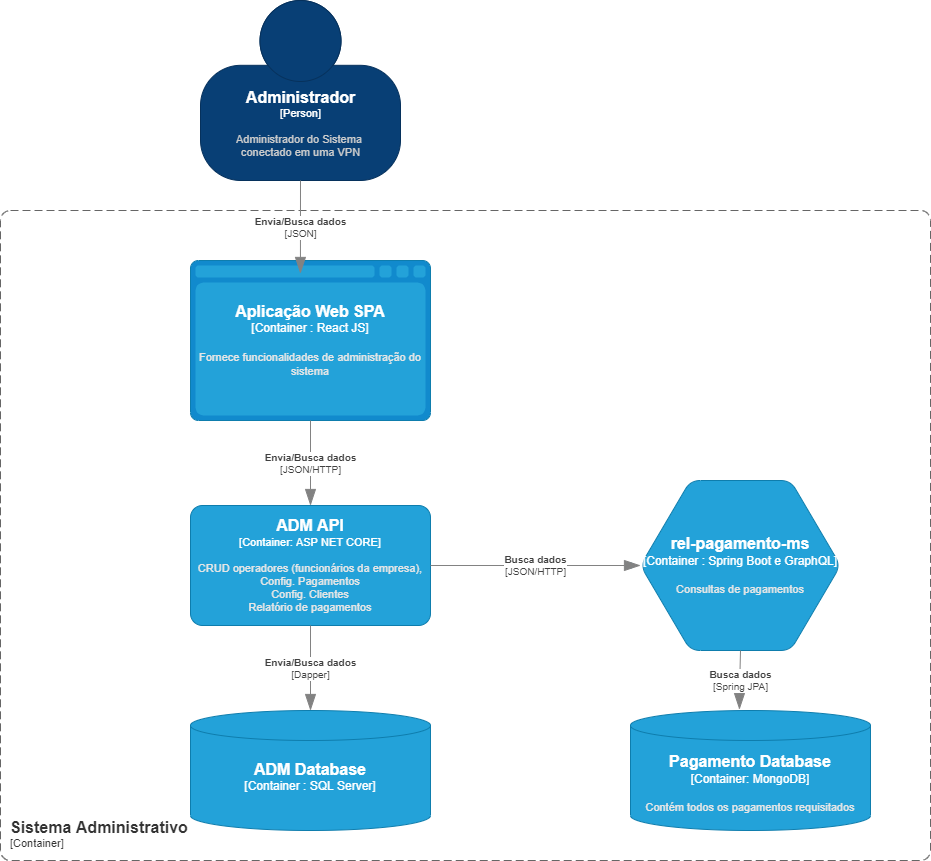
Before: Container_Administrador.drawio.png, a diagram exported from draw.io (felipesalvadordev/payment-system-architecture-C4). Source tidied: cells renumbered, new cells last; positions are measured from the earlier drawing's top-left corner, leaving out a move shared by most shapes. Source of this version:
```xml
<mxGraphModel>
  <root>
    <mxCell id="0" />
    <mxCell id="1" parent="0" />
    <object id="2" label="&lt;font style=&quot;font-size: 16px&quot;&gt;&lt;b&gt;%c4Name%&lt;/b&gt;&lt;/font&gt;&lt;div&gt;[%c4Type%]&lt;/div&gt;&lt;br&gt;&lt;div&gt;&lt;font style=&quot;font-size: 11px&quot;&gt;&lt;font color=&quot;#cccccc&quot;&gt;%c4Description%&lt;/font&gt;&lt;/div&gt;" c4Description="Administrador do Sistema &#10;conectado em uma VPN" c4Name="Administrador" c4Type="Person" placeholders="1">
      <mxCell style="html=1;fontSize=11;dashed=0;whitespace=wrap;fillColor=#083F75;strokeColor=#06315C;fontColor=#ffffff;shape=mxgraph.c4.person2;align=center;points=[[0.5,0,0],[1,0.5,0],[1,0.75,0],[0.75,1,0],[0.5,1,0],[0.25,1,0],[0,0.75,0],[0,0.5,0]];" parent="1" vertex="1">
        <mxGeometry x="200" width="200" height="180" as="geometry" />
      </mxCell>
    </object>
    <object id="3" label="&lt;font style=&quot;font-size: 16px&quot;&gt;&lt;b&gt;%c4Type%&lt;/font&gt;&lt;div&gt;[%c4Container%:&amp;nbsp;%c4Technology%]&lt;/div&gt;&lt;br&gt;&lt;div&gt;&lt;font style=&quot;font-size: 11px&quot;&gt;&lt;font color=&quot;#E6E6E6&quot;&gt;%c4Description%&lt;/font&gt;&lt;/div&gt;" c4Container="Container " c4Description="Fornece funcionalidades de administração do sistema" c4Technology="React JS" c4Type="Aplicação Web SPA" placeholders="1">
      <mxCell style="shape=mxgraph.c4.webBrowserContainer;whiteSpace=wrap;html=1;boundedLbl=1;rounded=0;labelBackgroundColor=none;fillColor=#118ACD;fontSize=12;fontColor=#ffffff;align=center;strokeColor=#0E7DAD;points=[[0.5,0,0],[1,0.25,0],[1,0.5,0],[1,0.75,0],[0.5,1,0],[0,0.75,0],[0,0.5,0],[0,0.25,0]];" parent="1" vertex="1">
        <mxGeometry x="190" y="260" width="240" height="160" as="geometry" />
      </mxCell>
    </object>
    <object id="4" label="&lt;font style=&quot;font-size: 16px&quot;&gt;&lt;b&gt;%c4Type%&lt;/font&gt;&lt;div&gt;[%c4Container%:&amp;nbsp;%c4Technology%]&lt;/div&gt;&lt;br&gt;&lt;div&gt;&lt;font style=&quot;font-size: 11px&quot;&gt;&lt;font color=&quot;#E6E6E6&quot;&gt;%c4Description%&lt;/font&gt;&lt;/div&gt;" c4Container="Container " c4Description="" c4Technology="SQL Server" c4Type="ADM Database" placeholders="1">
      <mxCell style="shape=cylinder3;size=15;whiteSpace=wrap;html=1;boundedLbl=1;rounded=0;labelBackgroundColor=none;fillColor=#23A2D9;fontSize=12;fontColor=#ffffff;align=center;strokeColor=#0E7DAD;points=[[0.5,0,0],[1,0.25,0],[1,0.5,0],[1,0.75,0],[0.5,1,0],[0,0.75,0],[0,0.5,0],[0,0.25,0]];" parent="1" vertex="1">
        <mxGeometry x="190" y="710" width="240" height="120" as="geometry" />
      </mxCell>
    </object>
    <object id="5" label="&lt;font style=&quot;font-size: 16px&quot;&gt;&lt;b&gt;%c4Type%&lt;/font&gt;&lt;div&gt;[%c4Container%:&amp;nbsp;%c4Technology%]&lt;/div&gt;&lt;br&gt;&lt;div&gt;&lt;font style=&quot;font-size: 11px&quot;&gt;&lt;font color=&quot;#E6E6E6&quot;&gt;%c4Description%&lt;/font&gt;&lt;/div&gt;" c4Container="Container" c4Description="Contém todos os pagamentos requisitados" c4Technology="MongoDB" c4Type="Pagamento Database" placeholders="1">
      <mxCell style="shape=cylinder3;size=15;whiteSpace=wrap;html=1;boundedLbl=1;rounded=0;labelBackgroundColor=none;fillColor=#23A2D9;fontSize=12;fontColor=#ffffff;align=center;strokeColor=#0E7DAD;points=[[0.5,0,0],[1,0.25,0],[1,0.5,0],[1,0.75,0],[0.5,1,0],[0,0.75,0],[0,0.5,0],[0,0.25,0]];" parent="1" vertex="1">
        <mxGeometry x="630" y="710" width="240" height="120" as="geometry" />
      </mxCell>
    </object>
    <object id="6" label="&lt;font style=&quot;font-size: 16px&quot;&gt;&lt;b&gt;&lt;div style=&quot;text-align: left&quot;&gt;%c4Name%&lt;/div&gt;&lt;/b&gt;&lt;/font&gt;&lt;div style=&quot;text-align: left&quot;&gt;[%c4Application%]&lt;/div&gt;" c4Application="Container" c4Name="Sistema Administrativo" c4Type="SystemScopeBoundary" placeholders="1">
      <mxCell style="rounded=1;fontSize=11;whiteSpace=wrap;html=1;dashed=1;arcSize=20;fillColor=none;strokeColor=#666666;fontColor=#333333;labelBackgroundColor=none;align=left;verticalAlign=bottom;labelBorderColor=none;spacingTop=0;spacing=10;dashPattern=8 4;perimeter=rectanglePerimeter;noLabel=0;labelPadding=0;absoluteArcSize=1;" parent="1" vertex="1">
        <mxGeometry y="210" width="930" height="650" as="geometry" />
      </mxCell>
    </object>
    <object id="7" label="&lt;font style=&quot;font-size: 16px&quot;&gt;&lt;b&gt;%c4Type%&lt;/font&gt;&lt;div&gt;[%c4Container%:&amp;nbsp;%c4Technology%]&lt;/div&gt;&lt;br&gt;&lt;div&gt;&lt;font style=&quot;font-size: 11px&quot;&gt;&lt;font color=&quot;#E6E6E6&quot;&gt;%c4Description%&lt;/font&gt;&lt;/div&gt;" c4Container="Container " c4Description="Consultas de pagamentos" c4Technology="Spring Boot e GraphQL" c4Type="rel-pagamento-ms" placeholders="1">
      <mxCell style="shape=hexagon;size=50;perimeter=hexagonPerimeter2;whiteSpace=wrap;html=1;fixedSize=1;rounded=1;labelBackgroundColor=none;fillColor=#23A2D9;fontSize=12;fontColor=#ffffff;align=center;strokeColor=#0E7DAD;points=[[0.5,0,0],[1,0.25,0],[1,0.5,0],[1,0.75,0],[0.5,1,0],[0,0.75,0],[0,0.5,0],[0,0.25,0]];" parent="1" vertex="1">
        <mxGeometry x="640" y="480" width="200" height="170" as="geometry" />
      </mxCell>
    </object>
    <object id="8" label="&lt;font style=&quot;font-size: 16px&quot;&gt;&lt;b&gt;%c4Name%&lt;/b&gt;&lt;/font&gt;&lt;div&gt;[%c4Type%: %c4Technology%]&lt;/div&gt;&lt;br&gt;&lt;div&gt;&lt;font style=&quot;font-size: 11px&quot;&gt;&lt;font color=&quot;#E6E6E6&quot;&gt;%c4Description%&lt;/font&gt;&lt;/div&gt;" c4Description="CRUD operadores (funcionários da empresa),&#10;Config. Pagamentos&#10;Config. Clientes&#10;Relatório de pagamentos" c4Name="ADM API" c4Technology="ASP NET CORE" c4Type="Container" placeholders="1">
      <mxCell style="rounded=1;whiteSpace=wrap;html=1;fontSize=11;labelBackgroundColor=none;fillColor=#23A2D9;fontColor=#ffffff;align=center;arcSize=10;strokeColor=#0E7DAD;points=[[0.25,0,0],[0.5,0,0],[0.75,0,0],[1,0.25,0],[1,0.5,0],[1,0.75,0],[0.75,1,0],[0.5,1,0],[0.25,1,0],[0,0.75,0],[0,0.5,0],[0,0.25,0]];" parent="1" vertex="1">
        <mxGeometry x="190" y="505" width="240" height="120" as="geometry" />
      </mxCell>
    </object>
    <mxCell id="9" style="shape=waypoint;sketch=0;size=6;fillColor=#23A2D9;perimeter=centerPerimeter;fontSize=11;strokeColor=#0E7DAD;fontColor=#ffffff;rounded=1;labelBackgroundColor=none;arcSize=10;" parent="1" vertex="1">
      <mxGeometry x="610" y="545" width="40" height="40" as="geometry" />
    </mxCell>
    <object id="10" label="&lt;div style=&quot;text-align: left&quot;&gt;&lt;div style=&quot;text-align: center&quot;&gt;&lt;b&gt;%c4Description%&lt;/b&gt;&lt;/div&gt;&lt;div style=&quot;text-align: center&quot;&gt;[%c4Technology%]&lt;/div&gt;&lt;/div&gt;" c4Description="Busca dados" c4Technology="JSON/HTTP" c4Type="Relationship" placeholders="1">
      <mxCell style="endArrow=blockThin;html=1;fontSize=10;fontColor=#404040;strokeWidth=1;endFill=1;strokeColor=#828282;elbow=vertical;endSize=14;startSize=14;jumpStyle=arc;jumpSize=16;rounded=0;edgeStyle=orthogonalEdgeStyle;" parent="1" edge="1" source="8" target="7">
        <mxGeometry relative="1" as="geometry" />
      </mxCell>
    </object>
    <object id="11" label="&lt;div style=&quot;text-align: left&quot;&gt;&lt;div style=&quot;text-align: center&quot;&gt;&lt;b&gt;%c4Description%&lt;/b&gt;&lt;/div&gt;&lt;div style=&quot;text-align: center&quot;&gt;[%c4Technology%]&lt;/div&gt;&lt;/div&gt;" c4Description="Envia/Busca dados" c4Technology="Dapper" c4Type="Relationship" placeholders="1">
      <mxCell style="endArrow=blockThin;html=1;fontSize=10;fontColor=#404040;strokeWidth=1;endFill=1;strokeColor=#828282;elbow=vertical;endSize=14;startSize=14;jumpStyle=arc;jumpSize=16;rounded=0;edgeStyle=orthogonalEdgeStyle;" parent="1" edge="1" source="8" target="4">
        <mxGeometry relative="1" as="geometry" />
      </mxCell>
    </object>
    <object id="12" label="&lt;div style=&quot;text-align: left&quot;&gt;&lt;div style=&quot;text-align: center&quot;&gt;&lt;b&gt;%c4Description%&lt;/b&gt;&lt;/div&gt;&lt;div style=&quot;text-align: center&quot;&gt;[%c4Technology%]&lt;/div&gt;&lt;/div&gt;" c4Description="Envia/Busca dados" c4Technology="JSON/HTTP" c4Type="Relationship" placeholders="1">
      <mxCell style="endArrow=blockThin;html=1;fontSize=10;fontColor=#404040;strokeWidth=1;endFill=1;strokeColor=#828282;elbow=vertical;endSize=14;startSize=14;jumpStyle=arc;jumpSize=16;rounded=0;edgeStyle=orthogonalEdgeStyle;entryX=0.5;entryY=0;entryDx=0;entryDy=0;entryPerimeter=0;" parent="1" edge="1" target="8">
        <mxGeometry relative="1" as="geometry">
          <mxPoint x="310" y="420" as="sourcePoint" />
        </mxGeometry>
      </mxCell>
    </object>
    <object id="13" label="&lt;div style=&quot;text-align: left&quot;&gt;&lt;div style=&quot;text-align: center&quot;&gt;&lt;b&gt;%c4Description%&lt;/b&gt;&lt;/div&gt;&lt;div style=&quot;text-align: center&quot;&gt;[%c4Technology%]&lt;/div&gt;&lt;/div&gt;" c4Description="Envia/Busca dados" c4Technology="JSON" c4Type="Relationship" placeholders="1">
      <mxCell style="endArrow=blockThin;html=1;fontSize=10;fontColor=#404040;strokeWidth=1;endFill=1;strokeColor=#828282;elbow=vertical;endSize=14;startSize=14;jumpStyle=arc;jumpSize=16;rounded=0;edgeStyle=orthogonalEdgeStyle;entryX=0.458;entryY=0.081;entryDx=0;entryDy=0;entryPerimeter=0;" parent="1" edge="1" source="2" target="3">
        <mxGeometry relative="1" as="geometry" />
      </mxCell>
    </object>
    <object id="14" label="&lt;div style=&quot;text-align: left&quot;&gt;&lt;div style=&quot;text-align: center&quot;&gt;&lt;b&gt;%c4Description%&lt;/b&gt;&lt;/div&gt;&lt;div style=&quot;text-align: center&quot;&gt;[%c4Technology%]&lt;/div&gt;&lt;/div&gt;" c4Description="Busca dados" c4Technology="Spring JPA" c4Type="Relationship" placeholders="1">
      <mxCell style="endArrow=blockThin;html=1;fontSize=10;fontColor=#404040;strokeWidth=1;endFill=1;strokeColor=#828282;elbow=vertical;endSize=14;startSize=14;jumpStyle=arc;jumpSize=16;rounded=0;edgeStyle=orthogonalEdgeStyle;entryX=0.454;entryY=-0.008;entryDx=0;entryDy=0;entryPerimeter=0;" parent="1" edge="1" source="7" target="5">
        <mxGeometry relative="1" as="geometry" />
      </mxCell>
    </object>
  </root>
</mxGraphModel>
```
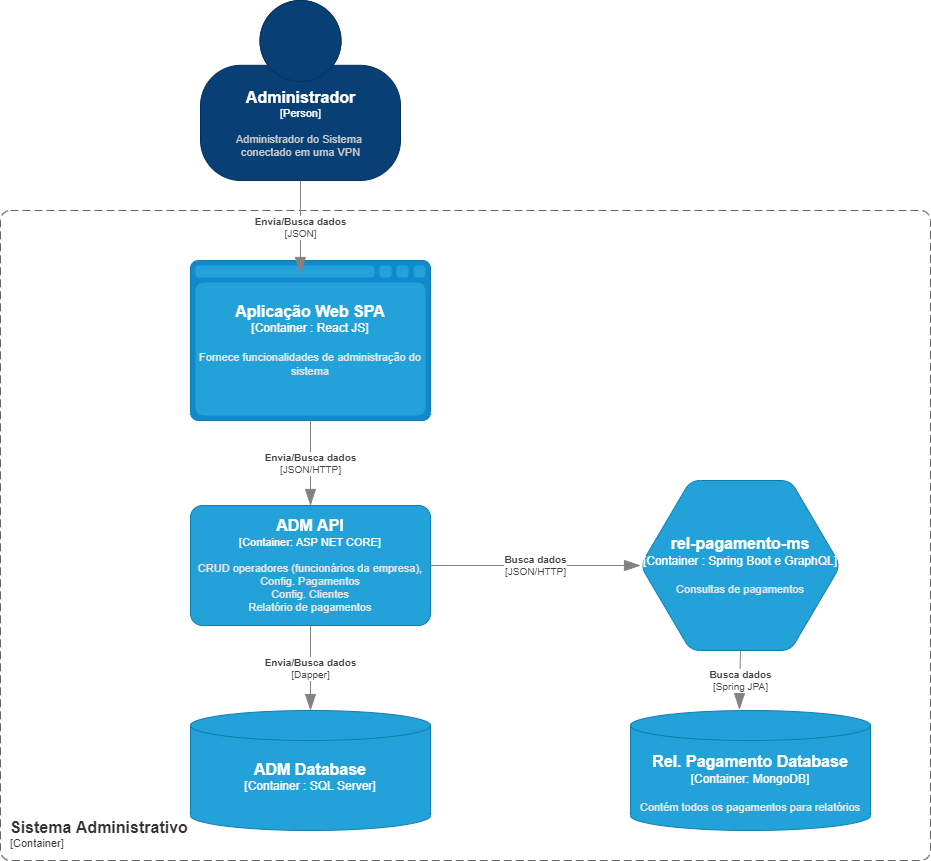
The same diagram one commit later.

Change to the diagram source:
```diff
@@ -17,7 +17,7 @@
         <mxGeometry x="190" y="710" width="240" height="120" as="geometry" />
       </mxCell>
     </object>
-    <object id="5" label="&lt;font style=&quot;font-size: 16px&quot;&gt;&lt;b&gt;%c4Type%&lt;/font&gt;&lt;div&gt;[%c4Container%:&amp;nbsp;%c4Technology%]&lt;/div&gt;&lt;br&gt;&lt;div&gt;&lt;font style=&quot;font-size: 11px&quot;&gt;&lt;font color=&quot;#E6E6E6&quot;&gt;%c4Description%&lt;/font&gt;&lt;/div&gt;" c4Container="Container" c4Description="Contém todos os pagamentos requisitados" c4Technology="MongoDB" c4Type="Pagamento Database" placeholders="1">
+    <object id="5" label="&lt;font style=&quot;font-size: 16px&quot;&gt;&lt;b&gt;%c4Type%&lt;/font&gt;&lt;div&gt;[%c4Container%:&amp;nbsp;%c4Technology%]&lt;/div&gt;&lt;br&gt;&lt;div&gt;&lt;font style=&quot;font-size: 11px&quot;&gt;&lt;font color=&quot;#E6E6E6&quot;&gt;%c4Description%&lt;/font&gt;&lt;/div&gt;" c4Container="Container" c4Description="Contém todos os pagamentos para relatórios" c4Technology="MongoDB" c4Type="Rel. Pagamento Database" placeholders="1">
       <mxCell style="shape=cylinder3;size=15;whiteSpace=wrap;html=1;boundedLbl=1;rounded=0;labelBackgroundColor=none;fillColor=#23A2D9;fontSize=12;fontColor=#ffffff;align=center;strokeColor=#0E7DAD;points=[[0.5,0,0],[1,0.25,0],[1,0.5,0],[1,0.75,0],[0.5,1,0],[0,0.75,0],[0,0.5,0],[0,0.25,0]];" parent="1" vertex="1">
         <mxGeometry x="630" y="710" width="240" height="120" as="geometry" />
       </mxCell>
```
